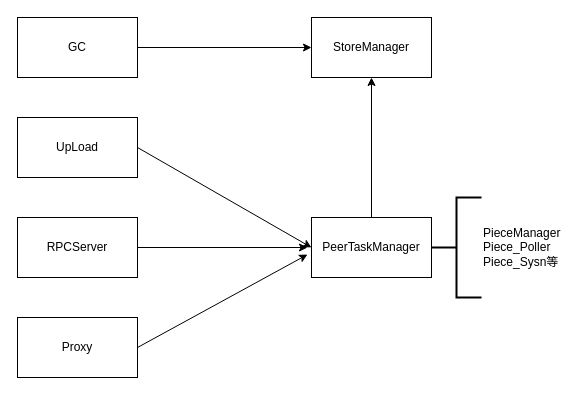
The draw.io diagram df_client.drawio in 1037husterljx/img, before the edit. Source tidied: cells renumbered, new cells numbered last; positions are measured from the earlier drawing's top-left corner, leaving out a move shared by most shapes. Both pictures are drawn from the tidied source at 100%, with x=0, y=0 at pixel (17, 17).
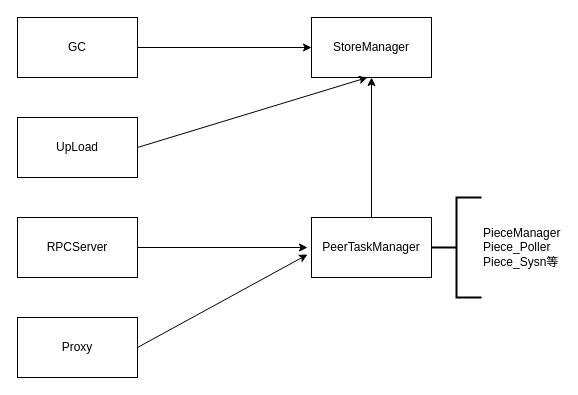
The same diagram, later.

Diff of the diagram source:
```diff
@@
 <mxGraphModel>
   <root>
     <mxCell id="0" />
     <mxCell id="1" parent="0" />
     <mxCell id="2" value="GC" style="rounded=0;whiteSpace=wrap;html=1;" parent="1" vertex="1">
       <mxGeometry width="120" height="60" as="geometry" />
     </mxCell>
     <mxCell id="3" value="UpLoad" style="rounded=0;whiteSpace=wrap;html=1;" parent="1" vertex="1">
       <mxGeometry y="100" width="120" height="60" as="geometry" />
     </mxCell>
     <mxCell id="4" value="RPCServer" style="rounded=0;whiteSpace=wrap;html=1;" parent="1" vertex="1">
       <mxGeometry y="200" width="120" height="60" as="geometry" />
     </mxCell>
     <mxCell id="5" value="Proxy" style="rounded=0;whiteSpace=wrap;html=1;" parent="1" vertex="1">
       <mxGeometry y="300" width="120" height="60" as="geometry" />
     </mxCell>
     <mxCell id="6" style="endArrow=classic;html=1;rounded=0;exitX=1;exitY=0.5;exitDx=0;exitDy=0;" parent="1" edge="1" source="2" target="7">
       <mxGeometry relative="1" as="geometry" />
     </mxCell>
     <mxCell id="7" value="StoreManager" style="rounded=0;whiteSpace=wrap;html=1;" parent="1" vertex="1">
       <mxGeometry x="294" width="120" height="60" as="geometry" />
     </mxCell>
     <mxCell id="8" value="PeerTaskManager" style="rounded=0;whiteSpace=wrap;html=1;" parent="1" vertex="1">
       <mxGeometry x="294" y="200" width="120" height="60" as="geometry" />
     </mxCell>
-    <mxCell id="9" style="endArrow=classic;html=1;rounded=0;exitX=1;exitY=0.5;exitDx=0;exitDy=0;entryX=0;entryY=0.5;entryDx=0;entryDy=0;" parent="1" edge="1" source="3" target="8">
-      <mxGeometry relative="1" as="geometry" />
+    <mxCell id="9" style="endArrow=classic;html=1;rounded=0;exitX=1;exitY=0.5;exitDx=0;exitDy=0;" parent="1" edge="1" source="3">
+      <mxGeometry relative="1" as="geometry">
+        <mxPoint x="350" y="60" as="targetPoint" />
+      </mxGeometry>
     </mxCell>
     <mxCell id="10" style="endArrow=classic;html=1;rounded=0;exitX=1;exitY=0.5;exitDx=0;exitDy=0;" parent="1" edge="1" source="4">
       <mxGeometry relative="1" as="geometry">
         <mxPoint x="290" y="230" as="targetPoint" />
       </mxGeometry>
     </mxCell>
     <mxCell id="11" style="endArrow=classic;html=1;rounded=0;exitX=1;exitY=0.5;exitDx=0;exitDy=0;entryX=-0.033;entryY=0.617;entryDx=0;entryDy=0;entryPerimeter=0;" parent="1" edge="1" source="5" target="8">
       <mxGeometry relative="1" as="geometry" />
     </mxCell>
     <mxCell id="12" style="endArrow=classic;html=1;rounded=0;exitX=0.5;exitY=0;exitDx=0;exitDy=0;entryX=0.5;entryY=1;entryDx=0;entryDy=0;" parent="1" edge="1" source="8" target="7">
       <mxGeometry relative="1" as="geometry" />
     </mxCell>
     <mxCell id="13" value="PieceManager&lt;br&gt;Piece_Poller&lt;br&gt;Piece_Sysn等" style="strokeWidth=2;html=1;shape=mxgraph.flowchart.annotation_2;align=left;labelPosition=right;" parent="1" vertex="1">
       <mxGeometry x="414" y="180" width="50" height="100" as="geometry" />
     </mxCell>
   </root>
 </mxGraphModel>
```
